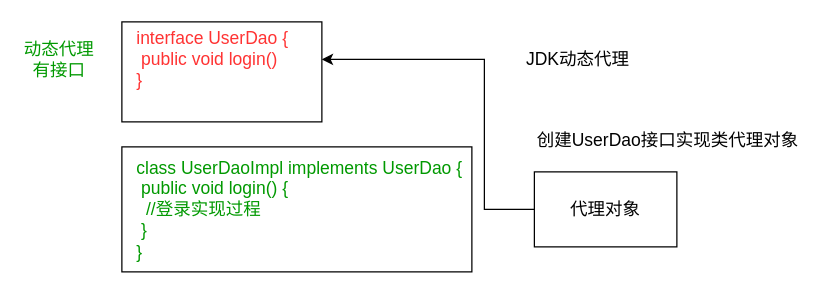
msqtt/Sources keeps this draw.io diagram as map/AOPJDK.drawio. Above is the earlier version. Source tidied: cells renumbered, new cells numbered last; positions are measured from the earlier drawing's top-left corner, leaving out a move shared by most shapes. Both pictures are drawn from the tidied source at 125%, with x=0, y=0 at pixel (21, 21).
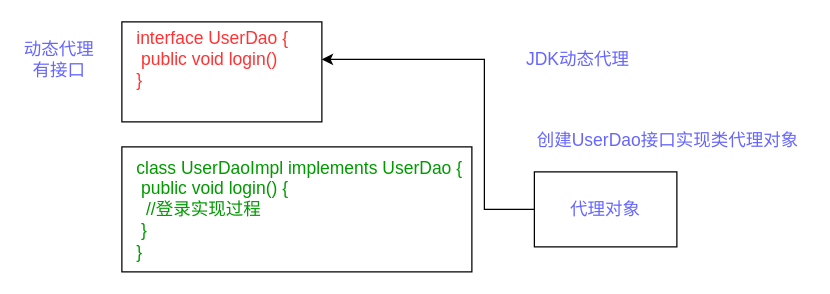
The same diagram, later.

Change to the diagram source:
```diff
@@
 <mxGraphModel>
   <root>
     <mxCell id="0" />
     <mxCell id="1" parent="0" />
     <mxCell id="2" style="rounded=0;whiteSpace=wrap;html=1;" parent="1" vertex="1">
       <mxGeometry x="80" width="160" height="80" as="geometry" />
     </mxCell>
     <mxCell id="3" style="rounded=0;whiteSpace=wrap;html=1;" parent="1" vertex="1">
       <mxGeometry x="80" y="100" width="280" height="100" as="geometry" />
     </mxCell>
     <mxCell id="4" value="&lt;font color=&quot;#ff3333&quot; style=&quot;font-size: 14px;&quot;&gt;interface UserDao {&lt;br&gt;&lt;span style=&quot;white-space: pre;&quot;&gt; &lt;/span&gt;public void login()&lt;br&gt;}&lt;/font&gt;" style="text;html=1;strokeColor=none;fillColor=none;align=left;verticalAlign=middle;whiteSpace=wrap;rounded=0;" parent="1" vertex="1">
       <mxGeometry x="90" width="160" height="60" as="geometry" />
     </mxCell>
     <mxCell id="5" value="&lt;span style=&quot;font-size: 14px;&quot;&gt;&lt;font color=&quot;#009900&quot;&gt;class UserDaoImpl implements UserDao {&lt;br&gt;&lt;span style=&quot;white-space: pre;&quot;&gt; &lt;/span&gt;public void login() {&lt;br&gt;&lt;span style=&quot;white-space: pre;&quot;&gt; &lt;span style=&quot;white-space: pre;&quot;&gt; &lt;/span&gt;/&lt;/span&gt;/登录实现过程&lt;br&gt;&lt;span style=&quot;white-space: pre;&quot;&gt; &lt;/span&gt;}&lt;br&gt;}&lt;/font&gt;&lt;br&gt;&lt;/span&gt;" style="text;html=1;strokeColor=none;fillColor=none;align=left;verticalAlign=middle;whiteSpace=wrap;rounded=0;" parent="1" vertex="1">
       <mxGeometry x="90" y="120" width="270" height="60" as="geometry" />
     </mxCell>
-    <mxCell id="6" value="动态代理&lt;br&gt;有接口" style="text;html=1;strokeColor=none;fillColor=none;align=center;verticalAlign=middle;whiteSpace=wrap;rounded=0;fontSize=14;fontColor=#009900;" parent="1" vertex="1">
+    <mxCell id="6" value="&lt;font color=&quot;#6666ff&quot;&gt;动态代理&lt;br&gt;有接口&lt;/font&gt;" style="text;html=1;strokeColor=none;fillColor=none;align=center;verticalAlign=middle;whiteSpace=wrap;rounded=0;fontSize=14;fontColor=#009900;" parent="1" vertex="1">
       <mxGeometry y="15" width="60" height="30" as="geometry" />
     </mxCell>
-    <mxCell id="7" value="&lt;font color=&quot;#000000&quot;&gt;JDK动态代理&lt;/font&gt;" style="text;html=1;strokeColor=none;fillColor=none;align=center;verticalAlign=middle;whiteSpace=wrap;rounded=0;fontSize=14;fontColor=#009900;" parent="1" vertex="1">
+    <mxCell id="7" value="&lt;font color=&quot;#6666ff&quot;&gt;JDK动态代理&lt;/font&gt;" style="text;html=1;strokeColor=none;fillColor=none;align=center;verticalAlign=middle;whiteSpace=wrap;rounded=0;fontSize=14;fontColor=#009900;" parent="1" vertex="1">
       <mxGeometry x="390" y="15" width="110" height="30" as="geometry" />
     </mxCell>
-    <mxCell id="8" value="&lt;font color=&quot;#000000&quot;&gt;创建UserDao接口实现类代理对象&lt;/font&gt;" style="text;html=1;strokeColor=none;fillColor=none;align=center;verticalAlign=middle;whiteSpace=wrap;rounded=0;fontSize=14;fontColor=#009900;" parent="1" vertex="1">
+    <mxCell id="8" value="&lt;font color=&quot;#6666ff&quot;&gt;创建UserDao接口实现类代理对象&lt;/font&gt;" style="text;html=1;strokeColor=none;fillColor=none;align=center;verticalAlign=middle;whiteSpace=wrap;rounded=0;fontSize=14;fontColor=#009900;" parent="1" vertex="1">
       <mxGeometry x="404" y="80" width="226" height="30" as="geometry" />
     </mxCell>
     <mxCell id="9" style="edgeStyle=orthogonalEdgeStyle;rounded=0;jettySize=auto;html=1;fontSize=14;fontColor=#000000;" parent="1" edge="1" source="10">
       <mxGeometry relative="1" as="geometry">
         <mxPoint x="240" y="30" as="targetPoint" />
         <Array as="points">
           <mxPoint x="370" y="150" />
           <mxPoint x="370" y="30" />
         </Array>
       </mxGeometry>
     </mxCell>
-    <mxCell id="10" value="&lt;font color=&quot;#000000&quot;&gt;代理对象&lt;/font&gt;" style="rounded=0;whiteSpace=wrap;html=1;fontSize=14;fontColor=#009900;" parent="1" vertex="1">
+    <mxCell id="10" value="&lt;font color=&quot;#6666ff&quot;&gt;代理对象&lt;/font&gt;" style="rounded=0;whiteSpace=wrap;html=1;fontSize=14;fontColor=#009900;" parent="1" vertex="1">
       <mxGeometry x="410" y="120" width="114" height="60" as="geometry" />
     </mxCell>
   </root>
 </mxGraphModel>
```
